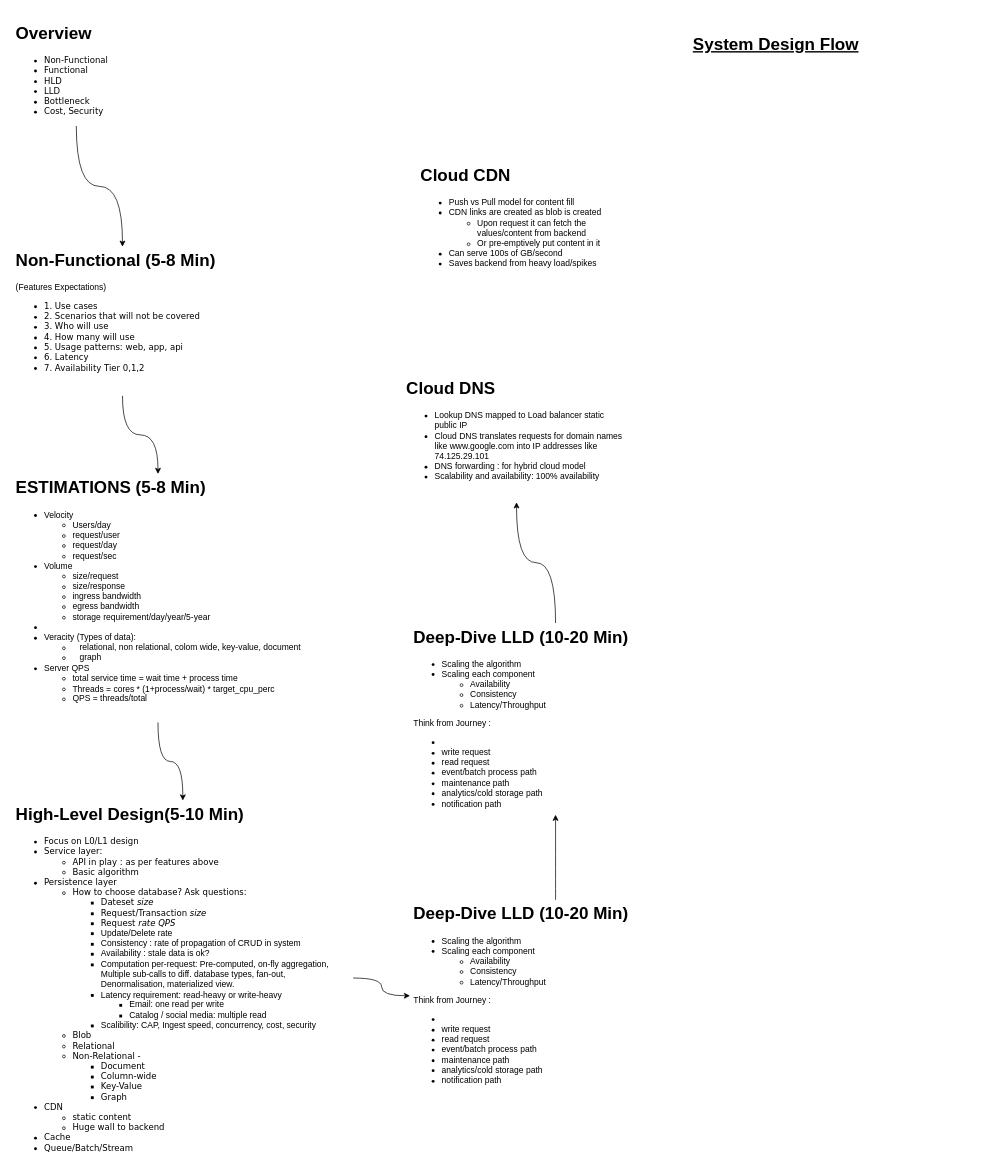
hemant9899/ReactLearn keeps this draw.io diagram as SysDiagram.drawio. Above is the earlier version. Source tidied: cells renumbered, new cells numbered last; positions are measured from the earlier drawing's top-left corner, leaving out a move shared by most shapes. Both pictures are drawn from the tidied source at 71%, with x=0, y=0 at pixel (12, 19).
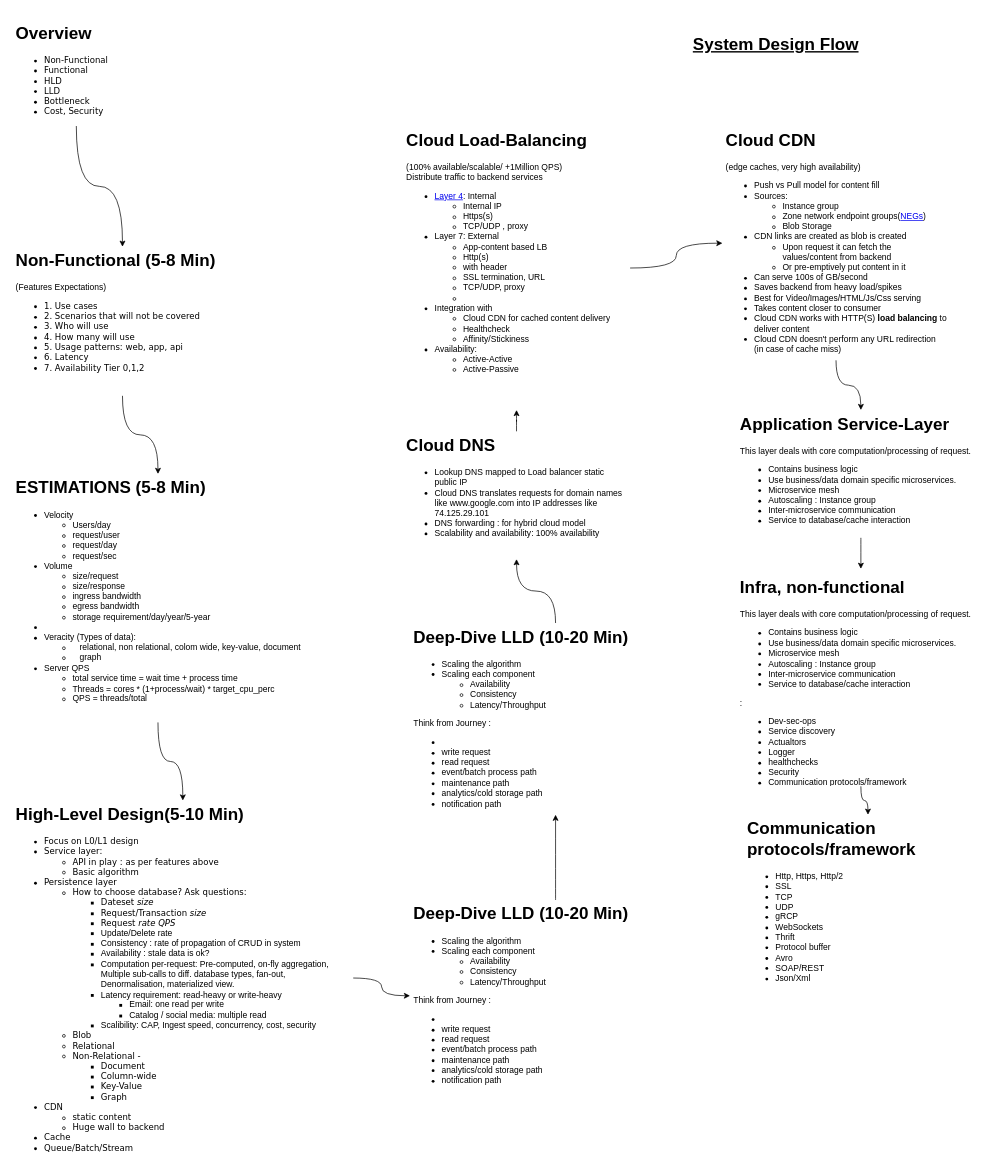
The same page after the edit.

Commit message:
till app layer

Diff of the diagram source:
```diff
@@
+    <mxCell id="17" style="edgeStyle=orthogonalEdgeStyle;curved=1;jettySize=auto;html=1;entryX=0.5;entryY=1;entryDx=0;entryDy=0;" parent="1" edge="1" source="15" target="20">
+      <mxGeometry relative="1" as="geometry" />
+    </mxCell>
     <mxCell id="15" value="&lt;h1&gt;Cloud DNS&lt;/h1&gt;&lt;p&gt;&lt;/p&gt;&lt;ul&gt;&lt;li&gt;Lookup DNS mapped to Load balancer static public IP&lt;/li&gt;&lt;li&gt;Cloud DNS translates requests for domain names like www.google.com into IP addresses like 74.125.29.101&lt;br&gt;&lt;/li&gt;&lt;li&gt;DNS forwarding : for hybrid cloud model&lt;br&gt;&lt;/li&gt;&lt;li&gt;Scalability and availability: 100% availability&lt;/li&gt;&lt;/ul&gt;&lt;p&gt;&lt;/p&gt;" style="text;html=1;strokeColor=none;fillColor=none;spacing=5;spacingTop=-20;whiteSpace=wrap;overflow=hidden;rounded=0;" parent="1" vertex="1">
-      <mxGeometry x="550" y="500" width="320" height="180" as="geometry" />
+      <mxGeometry x="550" y="580" width="320" height="180" as="geometry" />
     </mxCell>
+    <mxCell id="18" style="edgeStyle=orthogonalEdgeStyle;curved=1;jettySize=auto;html=1;" parent="1" edge="1" source="16" target="22">
+      <mxGeometry relative="1" as="geometry" />
+    </mxCell>
-    <mxCell id="16" value="&lt;h1&gt;Cloud CDN&lt;/h1&gt;&lt;p&gt;&lt;/p&gt;&lt;ul&gt;&lt;li&gt;Push vs Pull model for content fill&lt;/li&gt;&lt;li&gt;CDN links are created as blob is created&lt;/li&gt;&lt;ul&gt;&lt;li&gt;Upon request it can fetch the values/content from backend&lt;/li&gt;&lt;li&gt;Or pre-emptively put content in it&lt;/li&gt;&lt;/ul&gt;&lt;li&gt;Can serve 100s of GB/second&lt;/li&gt;&lt;li&gt;Saves backend from heavy load/spikes&amp;nbsp;&lt;/li&gt;&lt;/ul&gt;&lt;p&gt;&lt;/p&gt;" style="text;html=1;strokeColor=none;fillColor=none;spacing=5;spacingTop=-20;whiteSpace=wrap;overflow=hidden;rounded=0;" parent="1" vertex="1">
-      <mxGeometry x="570" y="200" width="320" height="180" as="geometry" />
+    <mxCell id="16" value="&lt;h1&gt;Cloud CDN&lt;/h1&gt;&lt;div&gt;(edge caches, very high availability)&lt;br&gt;&lt;/div&gt;&lt;p&gt;&lt;/p&gt;&lt;ul&gt;&lt;li&gt;Push vs Pull model for content fill&lt;/li&gt;&lt;li&gt;Sources:&lt;/li&gt;&lt;ul&gt;&lt;li&gt;Instance group&lt;/li&gt;&lt;li&gt;Zone network endpoint groups(&lt;a href=&quot;https://cloud.google.com/load-balancing/docs/negs/zonal-neg-concepts&quot;&gt;NEGs&lt;/a&gt;)&lt;/li&gt;&lt;li&gt;Blob Storage&lt;/li&gt;&lt;/ul&gt;&lt;li&gt;CDN links are created as blob is created&lt;/li&gt;&lt;ul&gt;&lt;li&gt;Upon request it can fetch the values/content from backend&lt;/li&gt;&lt;li&gt;Or pre-emptively put content in it&lt;/li&gt;&lt;/ul&gt;&lt;li&gt;Can serve 100s of GB/second&lt;/li&gt;&lt;li&gt;Saves backend from heavy load/spikes&lt;/li&gt;&lt;li&gt;Best for Video/Images/HTML/Js/Css serving&lt;/li&gt;&lt;li&gt;Takes content closer to consumer&lt;/li&gt;&lt;li&gt;Cloud CDN works with HTTP(S) &lt;b&gt;load balancing&lt;/b&gt; to deliver content&amp;nbsp;&lt;/li&gt;&lt;li&gt;Cloud CDN doesn't perform any URL redirection (in case of cache miss)&lt;br&gt;&lt;/li&gt;&lt;/ul&gt;&lt;p&gt;&lt;/p&gt;" style="text;html=1;spacing=5;spacingTop=-20;whiteSpace=wrap;overflow=hidden;rounded=0;" parent="1" vertex="1">
+      <mxGeometry x="1000" y="150" width="320" height="330" as="geometry" />
     </mxCell>
+    <mxCell id="19" style="edgeStyle=orthogonalEdgeStyle;curved=1;jettySize=auto;html=1;" parent="1" edge="1" source="20" target="16">
+      <mxGeometry relative="1" as="geometry" />
+    </mxCell>
+    <mxCell id="20" value="&lt;h1&gt;Cloud Load-Balancing&lt;/h1&gt;&lt;div&gt;(100% available/scalable/ +1Million QPS)&lt;br&gt;&lt;/div&gt;&lt;div&gt;Distribute traffic to backend services&lt;/div&gt;&lt;p&gt;&lt;/p&gt;&lt;ul&gt;&lt;li&gt;&lt;a href=&quot;https://cloud.google.com/load-balancing/docs/choosing-load-balancer&quot;&gt;Layer 4&lt;/a&gt;: Internal&lt;/li&gt;&lt;ul&gt;&lt;li&gt;Internal IP&lt;/li&gt;&lt;li&gt;Https(s)&lt;/li&gt;&lt;li&gt;TCP/UDP , proxy&lt;/li&gt;&lt;/ul&gt;&lt;li&gt;Layer 7: External&lt;br&gt;&lt;/li&gt;&lt;ul&gt;&lt;li&gt;App-content based LB&lt;/li&gt;&lt;li&gt;Http(s)&lt;/li&gt;&lt;li&gt;with header&lt;/li&gt;&lt;li&gt;SSL termination, URL&lt;/li&gt;&lt;li&gt;TCP/UDP, proxy&lt;/li&gt;&lt;li&gt;&lt;br&gt;&lt;/li&gt;&lt;/ul&gt;&lt;li&gt;Integration with&amp;nbsp;&lt;/li&gt;&lt;ul&gt;&lt;li&gt;Cloud CDN for cached content delivery&lt;/li&gt;&lt;li&gt;Healthcheck&lt;/li&gt;&lt;li&gt;Affinity/Stickiness&lt;/li&gt;&lt;/ul&gt;&lt;li&gt;Availability:&amp;nbsp;&lt;/li&gt;&lt;ul&gt;&lt;li&gt;Active-Active&lt;/li&gt;&lt;li&gt;Active-Passive&lt;/li&gt;&lt;/ul&gt;&lt;/ul&gt;&lt;p&gt;&lt;/p&gt;" style="text;html=1;strokeColor=none;fillColor=none;spacing=5;spacingTop=-20;whiteSpace=wrap;overflow=hidden;rounded=0;" parent="1" vertex="1">
+      <mxGeometry x="550" y="150" width="320" height="400" as="geometry" />
+    </mxCell>
+    <mxCell id="21" style="edgeStyle=orthogonalEdgeStyle;curved=1;jettySize=auto;html=1;entryX=0.5;entryY=-0.021;entryDx=0;entryDy=0;entryPerimeter=0;" parent="1" edge="1" source="22" target="24">
+      <mxGeometry relative="1" as="geometry" />
+    </mxCell>
+    <mxCell id="22" value="&lt;h1&gt;Application Service-Layer&lt;/h1&gt;&lt;p&gt;This layer deals with core computation/processing of request.&lt;/p&gt;&lt;p&gt;&lt;/p&gt;&lt;ul&gt;&lt;li&gt;Contains business logic&lt;/li&gt;&lt;li&gt;Use business/data domain specific microservices.&lt;/li&gt;&lt;li&gt;Microservice mesh&lt;/li&gt;&lt;li&gt;Autoscaling : Instance group&lt;/li&gt;&lt;li&gt;Inter-microservice communication&lt;/li&gt;&lt;li&gt;Service to database/cache interaction&lt;/li&gt;&lt;/ul&gt;&lt;br&gt;&lt;p&gt;&lt;/p&gt;" style="text;html=1;spacing=5;spacingTop=-20;whiteSpace=wrap;overflow=hidden;rounded=0;glass=0;sketch=0;shadow=0;" parent="1" vertex="1">
+      <mxGeometry x="1020" y="550" width="350" height="180" as="geometry" />
+    </mxCell>
+    <mxCell id="23" style="edgeStyle=orthogonalEdgeStyle;curved=1;jettySize=auto;html=1;entryX=0.5;entryY=0;entryDx=0;entryDy=0;" parent="1" edge="1" source="24" target="25">
+      <mxGeometry relative="1" as="geometry" />
+    </mxCell>
+    <mxCell id="24" value="&lt;h1&gt;Infra, non-functional&lt;/h1&gt;&lt;p&gt;This layer deals with core computation/processing of request.&lt;/p&gt;&lt;p&gt;&lt;/p&gt;&lt;ul&gt;&lt;li&gt;Contains business logic&lt;/li&gt;&lt;li&gt;Use business/data domain specific microservices.&lt;/li&gt;&lt;li&gt;Microservice mesh&lt;/li&gt;&lt;li&gt;Autoscaling : Instance group&lt;/li&gt;&lt;li&gt;Inter-microservice communication&lt;/li&gt;&lt;li&gt;Service to database/cache interaction&lt;/li&gt;&lt;/ul&gt;:&lt;br&gt;&lt;ul&gt;&lt;li&gt;Dev-sec-ops&lt;/li&gt;&lt;li&gt;Service discovery&lt;/li&gt;&lt;li&gt;Actualtors&lt;/li&gt;&lt;li&gt;Logger&lt;/li&gt;&lt;li&gt;healthchecks&lt;/li&gt;&lt;li&gt;Security&lt;/li&gt;&lt;li&gt;Communication protocols/framework&lt;/li&gt;&lt;/ul&gt;&lt;p&gt;&lt;/p&gt;" style="text;html=1;spacing=5;spacingTop=-20;whiteSpace=wrap;overflow=hidden;rounded=0;glass=0;sketch=0;shadow=0;" parent="1" vertex="1">
+      <mxGeometry x="1020" y="780" width="350" height="300" as="geometry" />
+    </mxCell>
+    <mxCell id="25" value="&lt;h1&gt;Communication protocols/framework&lt;/h1&gt;&lt;ul&gt;&lt;li&gt;&lt;span&gt;Http, Https, Http/2&lt;/span&gt;&lt;br&gt;&lt;/li&gt;&lt;li&gt;&lt;span&gt;SSL&lt;/span&gt;&lt;br&gt;&lt;/li&gt;&lt;li&gt;&lt;span&gt;TCP&lt;/span&gt;&lt;br&gt;&lt;/li&gt;&lt;li&gt;&lt;span&gt;UDP&lt;/span&gt;&lt;br&gt;&lt;/li&gt;&lt;li&gt;&lt;span&gt;gRCP&lt;/span&gt;&lt;br&gt;&lt;/li&gt;&lt;li&gt;&lt;span&gt;WebSockets&lt;/span&gt;&lt;br&gt;&lt;/li&gt;&lt;li&gt;&lt;span&gt;Thrift&lt;/span&gt;&lt;br&gt;&lt;/li&gt;&lt;li&gt;&lt;span&gt;Protocol buffer&lt;/span&gt;&lt;br&gt;&lt;/li&gt;&lt;li&gt;&lt;span&gt;Avro&lt;/span&gt;&lt;br&gt;&lt;/li&gt;&lt;li&gt;&lt;span&gt;SOAP/REST&lt;/span&gt;&lt;br&gt;&lt;/li&gt;&lt;li&gt;&lt;span&gt;Json/Xml&lt;/span&gt;&lt;br&gt;&lt;/li&gt;&lt;/ul&gt;&lt;p&gt;&lt;/p&gt;" style="text;html=1;spacing=5;spacingTop=-20;whiteSpace=wrap;overflow=hidden;rounded=0;glass=0;sketch=0;shadow=0;" parent="1" vertex="1">
+      <mxGeometry x="1030" y="1120" width="350" height="480" as="geometry" />
+    </mxCell>
```
